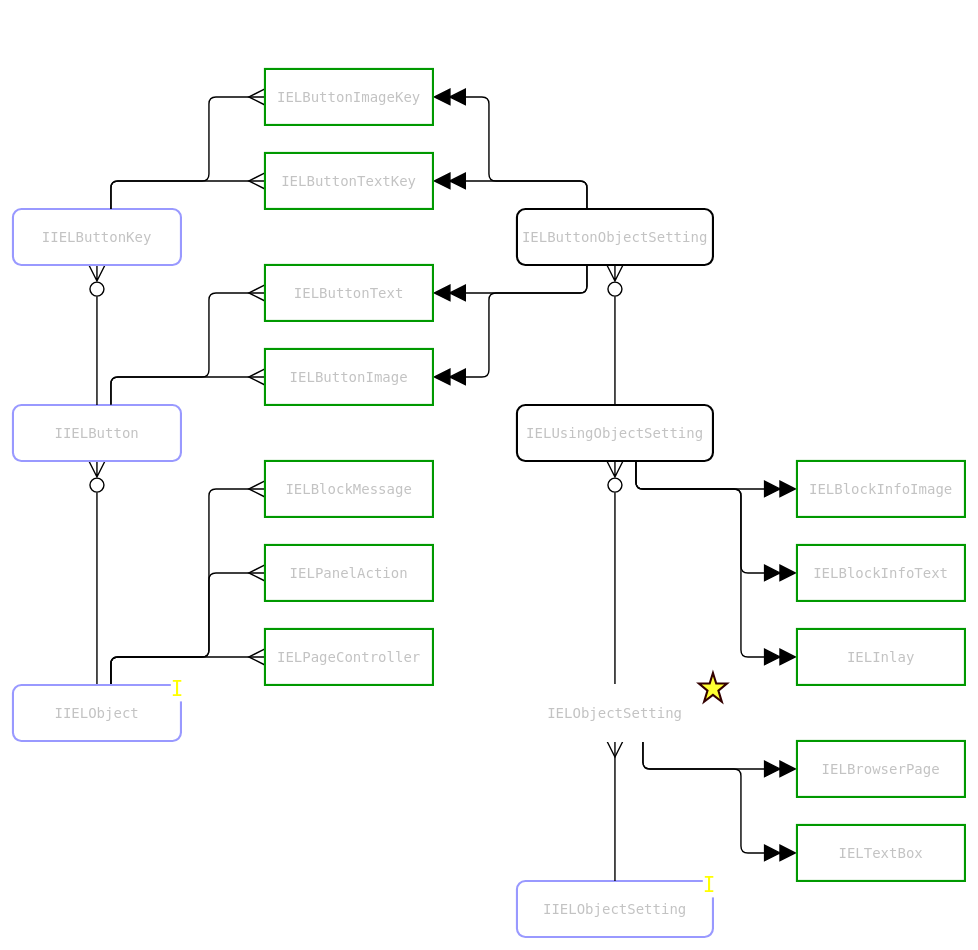
Lisyaka46/IEL keeps this draw.io diagram as page "FRONT Диаграмма" (2 of 2) of IEL.drawio. Above is the earlier version. Source tidied: cells renumbered, new cells numbered last; positions are measured from the earlier drawing's top-left corner, leaving out a move shared by most shapes. Both pictures are drawn from the tidied source at 70%, with x=0, y=0 at pixel (13, 69).
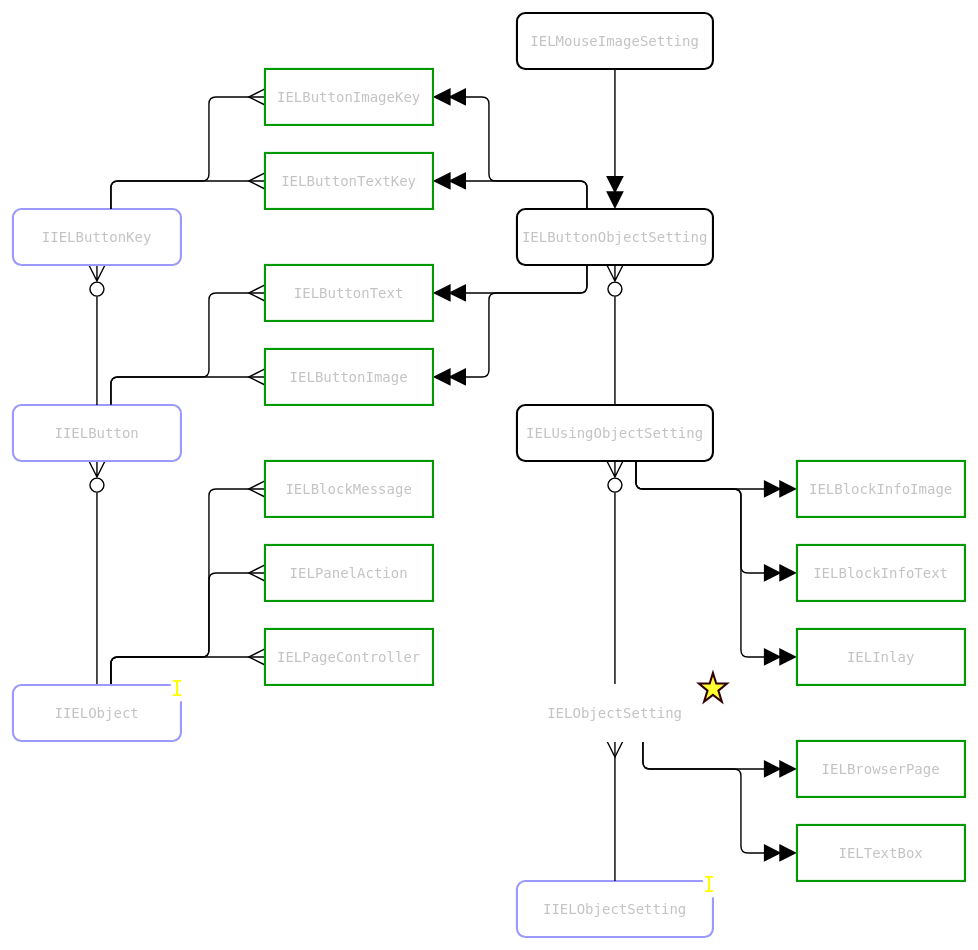
Above is the later version.

Unchanged cells that the change refers to:
```xml
<mxCell id="21" value="IELButtonObjectSetting" style="rounded=1;whiteSpace=wrap;fontSize=20;fontColor=#C3C3C3;fontFamily=Lucida Console;strokeWidth=3;" parent="1" vertex="1">
  <mxGeometry x="720" y="200" width="280" height="80" as="geometry" />
</mxCell>
```

The edit, as a diff of the source:
```diff
@@
+    <mxCell id="45" value="IELMouseImageSetting" style="rounded=1;whiteSpace=wrap;fontSize=20;fontColor=#C3C3C3;fontFamily=Lucida Console;strokeWidth=3;" parent="1" vertex="1">
+      <mxGeometry x="720" y="-80" width="280" height="80" as="geometry" />
+    </mxCell>
+    <mxCell id="46" style="edgeStyle=orthogonalEdgeStyle;shape=connector;rounded=1;jettySize=auto;html=1;strokeColor=default;strokeWidth=2;align=center;verticalAlign=middle;fontFamily=Helvetica;fontSize=11;fontColor=default;labelBackgroundColor=default;startArrow=none;startFill=0;startSize=20;endArrow=doubleBlock;endFill=1;endSize=20;flowAnimation=0;" parent="1" edge="1" source="45" target="21">
+      <mxGeometry relative="1" as="geometry">
+        <Array as="points">
+          <mxPoint x="890" y="240" />
+          <mxPoint x="890" y="240" />
+        </Array>
+      </mxGeometry>
+    </mxCell>
```
